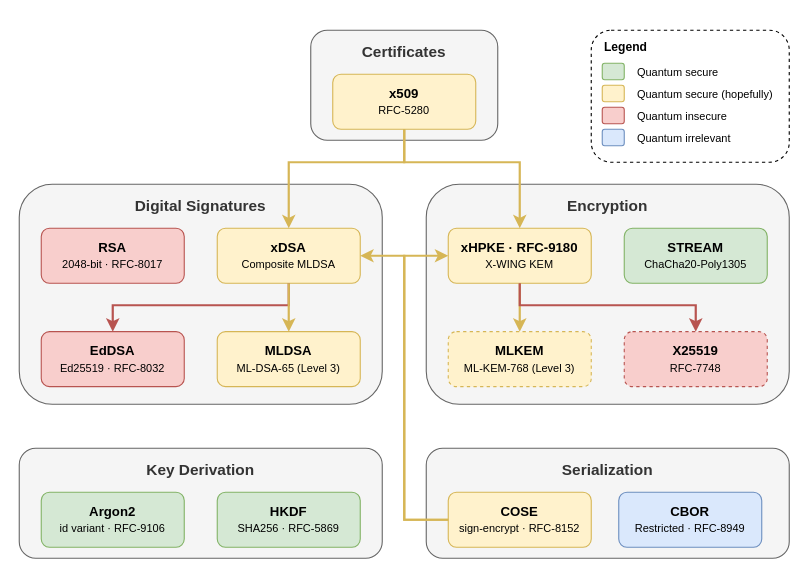
Earlier version of the draw.io diagram docs/overview.drawio (dark-bio/crypto-go). Source tidied: cells renumbered, new cells numbered last; positions are measured from the earlier drawing's top-left corner, leaving out a move shared by most shapes. Both pictures are drawn from the tidied source at 110%, with x=0, y=0 at pixel (19, 30).
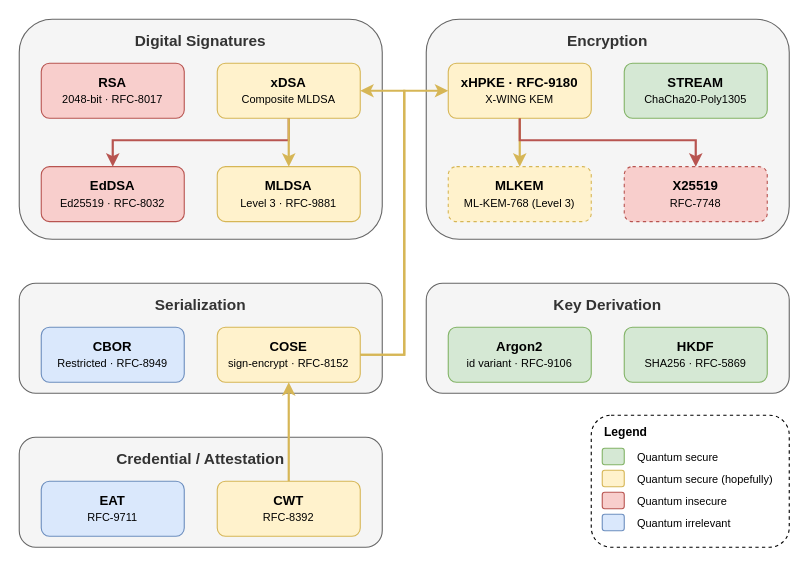
Above is the later version.

Diff of the diagram source:
```diff
@@
-    <mxCell id="2" value="Certificates" style="rounded=1;whiteSpace=wrap;html=1;fillColor=#f5f5f5;strokeColor=#666666;verticalAlign=top;fontStyle=1;fontSize=14;spacingTop=5;shadow=0;fontColor=#333333;" parent="1" vertex="1">
-      <mxGeometry x="265" width="170" height="100" as="geometry" />
-    </mxCell>
-    <mxCell id="3" value="&lt;b&gt;x509&lt;/b&gt;&lt;br&gt;&lt;font style=&quot;font-size:10px&quot;&gt;RFC-5280&lt;/font&gt;" style="rounded=1;whiteSpace=wrap;html=1;fillColor=#fff2cc;strokeColor=#d6b656;shadow=0;" parent="1" vertex="1">
-      <mxGeometry x="285" y="40" width="130" height="50" as="geometry" />
-    </mxCell>
     <mxCell id="4" value="Digital Signatures" style="rounded=1;whiteSpace=wrap;html=1;fillColor=#f5f5f5;strokeColor=#666666;verticalAlign=top;fontStyle=1;fontSize=14;spacingTop=5;shadow=0;fontColor=#333333;" parent="1" vertex="1">
-      <mxGeometry y="140" width="330" height="200" as="geometry" />
+      <mxGeometry y="-10" width="330" height="200" as="geometry" />
     </mxCell>
     <mxCell id="5" value="&lt;b&gt;xDSA&lt;/b&gt;&lt;br&gt;&lt;font style=&quot;font-size:10px&quot;&gt;Composite MLDSA&lt;/font&gt;" style="rounded=1;whiteSpace=wrap;html=1;fillColor=#fff2cc;strokeColor=#d6b656;shadow=0;" parent="1" vertex="1">
-      <mxGeometry x="180" y="180" width="130" height="50" as="geometry" />
+      <mxGeometry x="180" y="30" width="130" height="50" as="geometry" />
     </mxCell>
     <mxCell id="6" value="&lt;b&gt;EdDSA&lt;/b&gt;&lt;br&gt;&lt;font style=&quot;font-size:10px&quot;&gt;Ed25519 · RFC-8032&lt;/font&gt;" style="rounded=1;whiteSpace=wrap;html=1;fillColor=#f8cecc;strokeColor=#b85450;shadow=0;" parent="1" vertex="1">
-      <mxGeometry x="20" y="274" width="130" height="50" as="geometry" />
+      <mxGeometry x="20" y="124" width="130" height="50" as="geometry" />
     </mxCell>
-    <mxCell id="7" value="&lt;b&gt;MLDSA&lt;/b&gt;&lt;br&gt;&lt;font style=&quot;font-size:10px&quot;&gt;ML-DSA-65 (Level 3)&lt;/font&gt;" style="rounded=1;whiteSpace=wrap;html=1;fillColor=#fff2cc;strokeColor=#d6b656;shadow=0;" parent="1" vertex="1">
-      <mxGeometry x="180" y="274" width="130" height="50" as="geometry" />
-    </mxCell>
+    <mxCell id="38" value="&lt;b&gt;MLDSA&lt;/b&gt;&lt;br&gt;&lt;font style=&quot;font-size: 10px;&quot;&gt;Level 3 · RFC-&lt;/font&gt;&lt;span style=&quot;font-size: 10px;&quot;&gt;9881&lt;/span&gt;" style="rounded=1;whiteSpace=wrap;html=1;fillColor=#fff2cc;strokeColor=#d6b656;shadow=0;" parent="1" vertex="1">
+      <mxGeometry x="180" y="124" width="130" height="50" as="geometry" />
+    </mxCell>
     <mxCell id="8" value="&lt;b&gt;RSA&lt;/b&gt;&lt;br&gt;&lt;font style=&quot;font-size:10px&quot;&gt;2048-bit · RFC-8017&lt;/font&gt;" style="rounded=1;whiteSpace=wrap;html=1;fillColor=#f8cecc;strokeColor=#b85450;shadow=0;" parent="1" vertex="1">
-      <mxGeometry x="20" y="180" width="130" height="50" as="geometry" />
+      <mxGeometry x="20" y="30" width="130" height="50" as="geometry" />
     </mxCell>
     <mxCell id="9" value="Encryption" style="rounded=1;whiteSpace=wrap;html=1;fillColor=#f5f5f5;strokeColor=#666666;verticalAlign=top;fontStyle=1;fontSize=14;spacingTop=5;shadow=0;fontColor=#333333;" parent="1" vertex="1">
-      <mxGeometry x="370" y="140" width="330" height="200" as="geometry" />
+      <mxGeometry x="370" y="-10" width="330" height="200" as="geometry" />
     </mxCell>
     <mxCell id="10" value="&lt;b&gt;xHPKE&lt;/b&gt;&lt;font style=&quot;&quot;&gt;&lt;b&gt;&amp;nbsp;· RFC-9180&lt;/b&gt;&lt;/font&gt;&lt;div&gt;&lt;font style=&quot;&quot;&gt;&lt;span style=&quot;font-size: 10px;&quot;&gt;X-WING KEM&lt;/span&gt;&lt;/font&gt;&lt;/div&gt;" style="rounded=1;whiteSpace=wrap;html=1;fillColor=#fff2cc;strokeColor=#d6b656;shadow=0;" parent="1" vertex="1">
-      <mxGeometry x="390" y="180" width="130" height="50" as="geometry" />
+      <mxGeometry x="390" y="30" width="130" height="50" as="geometry" />
     </mxCell>
     <mxCell id="11" value="&lt;b&gt;X25519&lt;/b&gt;&lt;br&gt;&lt;font style=&quot;font-size:10px&quot;&gt;RFC-7748&lt;/font&gt;" style="rounded=1;whiteSpace=wrap;html=1;fillColor=#f8cecc;strokeColor=#b85450;shadow=0;dashed=1;" parent="1" vertex="1">
-      <mxGeometry x="550" y="274" width="130" height="50" as="geometry" />
+      <mxGeometry x="550" y="124" width="130" height="50" as="geometry" />
     </mxCell>
     <mxCell id="12" value="&lt;b&gt;MLKEM&lt;/b&gt;&lt;br&gt;&lt;font style=&quot;font-size:10px&quot;&gt;ML-KEM-768 (Level 3)&lt;/font&gt;" style="rounded=1;whiteSpace=wrap;html=1;fillColor=#fff2cc;strokeColor=#d6b656;shadow=0;dashed=1;" parent="1" vertex="1">
-      <mxGeometry x="390" y="274" width="130" height="50" as="geometry" />
+      <mxGeometry x="390" y="124" width="130" height="50" as="geometry" />
     </mxCell>
     <mxCell id="13" value="&lt;b&gt;STREAM&lt;/b&gt;&lt;br&gt;&lt;font style=&quot;font-size:10px&quot;&gt;ChaCha20-Poly1305&lt;/font&gt;" style="rounded=1;whiteSpace=wrap;html=1;fillColor=#d5e8d4;strokeColor=#82b366;shadow=0;" parent="1" vertex="1">
-      <mxGeometry x="550" y="180" width="130" height="50" as="geometry" />
+      <mxGeometry x="550" y="30" width="130" height="50" as="geometry" />
     </mxCell>
     <mxCell id="14" value="Key Derivation" style="rounded=1;whiteSpace=wrap;html=1;fillColor=#f5f5f5;strokeColor=#666666;verticalAlign=top;fontStyle=1;fontSize=14;spacingTop=5;fontColor=#333333;shadow=0;" parent="1" vertex="1">
-      <mxGeometry y="380" width="330" height="100" as="geometry" />
+      <mxGeometry x="370" y="230" width="330" height="100" as="geometry" />
     </mxCell>
     <mxCell id="15" value="&lt;b&gt;Argon2&lt;/b&gt;&lt;br&gt;&lt;font style=&quot;font-size:10px&quot;&gt;id variant · RFC-9106&lt;/font&gt;" style="rounded=1;whiteSpace=wrap;html=1;fillColor=#d5e8d4;strokeColor=#82b366;shadow=0;" parent="1" vertex="1">
-      <mxGeometry x="20" y="420" width="130" height="50" as="geometry" />
+      <mxGeometry x="390" y="270" width="130" height="50" as="geometry" />
     </mxCell>
     <mxCell id="16" value="Serialization" style="rounded=1;whiteSpace=wrap;html=1;fillColor=#f5f5f5;strokeColor=#666666;verticalAlign=top;fontStyle=1;fontSize=14;spacingTop=5;fontColor=#333333;shadow=0;" parent="1" vertex="1">
-      <mxGeometry x="370" y="380" width="330" height="100" as="geometry" />
+      <mxGeometry y="230" width="330" height="100" as="geometry" />
     </mxCell>
     <mxCell id="17" value="&lt;b&gt;CBOR&lt;/b&gt;&lt;br&gt;&lt;font style=&quot;font-size:10px&quot;&gt;Restricted&amp;nbsp;·&amp;nbsp;RFC-8949&lt;/font&gt;" style="rounded=1;whiteSpace=wrap;html=1;fillColor=#dae8fc;strokeColor=#6c8ebf;shadow=0;" parent="1" vertex="1">
-      <mxGeometry x="545" y="420" width="130" height="50" as="geometry" />
+      <mxGeometry x="20" y="270" width="130" height="50" as="geometry" />
     </mxCell>
-    <mxCell id="18" style="edgeStyle=orthogonalEdgeStyle;rounded=0;jettySize=auto;html=1;strokeColor=#d6b656;strokeWidth=2;endArrow=classic;shadow=0;fillColor=#fff2cc;" parent="1" edge="1" source="3" target="5">
-      <mxGeometry relative="1" as="geometry">
-        <Array as="points">
-          <mxPoint x="350" y="120" />
-          <mxPoint x="245" y="120" />
-        </Array>
-      </mxGeometry>
-    </mxCell>
-    <mxCell id="19" style="edgeStyle=orthogonalEdgeStyle;rounded=0;jettySize=auto;html=1;strokeColor=#d6b656;strokeWidth=2;endArrow=classic;shadow=0;fillColor=#fff2cc;" parent="1" edge="1" source="3" target="10">
-      <mxGeometry relative="1" as="geometry">
-        <Array as="points">
-          <mxPoint x="350" y="120" />
-          <mxPoint x="455" y="120" />
-        </Array>
-      </mxGeometry>
-    </mxCell>
     <mxCell id="20" style="edgeStyle=orthogonalEdgeStyle;rounded=0;jettySize=auto;html=1;strokeColor=#b85450;strokeWidth=2;endArrow=classic;shadow=0;entryX=0.5;entryY=0;entryDx=0;entryDy=0;fillColor=#f8cecc;" parent="1" edge="1" source="5" target="6">
       <mxGeometry relative="1" as="geometry">
         <Array as="points">
-          <mxPoint x="245" y="250" />
-          <mxPoint x="85" y="250" />
+          <mxPoint x="245" y="100" />
+          <mxPoint x="85" y="100" />
         </Array>
       </mxGeometry>
     </mxCell>
-    <mxCell id="21" style="edgeStyle=orthogonalEdgeStyle;rounded=0;jettySize=auto;html=1;strokeColor=#d6b656;strokeWidth=2;endArrow=classic;shadow=0;fillColor=#fff2cc;" parent="1" edge="1" source="5" target="7">
-      <mxGeometry relative="1" as="geometry" />
-    </mxCell>
+    <mxCell id="39" style="edgeStyle=orthogonalEdgeStyle;rounded=0;jettySize=auto;html=1;strokeColor=#d6b656;strokeWidth=2;endArrow=classic;shadow=0;fillColor=#fff2cc;" parent="1" edge="1" source="5" target="38">
+      <mxGeometry relative="1" as="geometry" />
+    </mxCell>
     <mxCell id="22" style="edgeStyle=orthogonalEdgeStyle;rounded=0;jettySize=auto;html=1;strokeColor=#d6b656;strokeWidth=2;endArrow=classic;shadow=0;fillColor=#fff2cc;" parent="1" edge="1" source="10" target="12">
       <mxGeometry relative="1" as="geometry">
         <Array as="points">
-          <mxPoint x="455" y="260" />
-          <mxPoint x="455" y="260" />
+          <mxPoint x="455" y="110" />
+          <mxPoint x="455" y="110" />
         </Array>
       </mxGeometry>
     </mxCell>
     <mxCell id="23" style="edgeStyle=orthogonalEdgeStyle;rounded=0;jettySize=auto;html=1;strokeColor=#b85450;strokeWidth=2;endArrow=classic;shadow=0;fillColor=#f8cecc;" parent="1" edge="1" source="10" target="11">
       <mxGeometry relative="1" as="geometry">
         <Array as="points">
-          <mxPoint x="455" y="250" />
-          <mxPoint x="615" y="250" />
+          <mxPoint x="455" y="100" />
+          <mxPoint x="615" y="100" />
         </Array>
       </mxGeometry>
     </mxCell>
-    <mxCell id="24" style="rounded=1;whiteSpace=wrap;html=1;strokeWidth=1;dashed=1;" parent="1" vertex="1">
-      <mxGeometry x="520" width="180" height="120" as="geometry" />
-    </mxCell>
+    <mxCell id="40" style="rounded=1;whiteSpace=wrap;html=1;strokeWidth=1;dashed=1;" parent="1" vertex="1">
+      <mxGeometry x="520" y="350" width="180" height="120" as="geometry" />
+    </mxCell>
     <mxCell id="25" value="&lt;b&gt;Legend&lt;/b&gt;" style="text;html=1;strokeColor=none;fillColor=none;align=left;verticalAlign=middle;whiteSpace=wrap;rounded=0;fontSize=11;" parent="1" vertex="1">
-      <mxGeometry x="530" y="5" width="60" height="20" as="geometry" />
+      <mxGeometry x="530" y="355" width="60" height="20" as="geometry" />
     </mxCell>
-    <mxCell id="26" style="rounded=1;whiteSpace=wrap;html=1;fillColor=#d5e8d4;strokeColor=#82b366;" parent="1" vertex="1">
-      <mxGeometry x="530" y="30" width="20" height="15" as="geometry" />
-    </mxCell>
+    <mxCell id="41" style="rounded=1;whiteSpace=wrap;html=1;fillColor=#d5e8d4;strokeColor=#82b366;" parent="1" vertex="1">
+      <mxGeometry x="530" y="380" width="20" height="15" as="geometry" />
+    </mxCell>
     <mxCell id="27" value="Quantum secure" style="text;html=1;strokeColor=none;fillColor=none;align=left;verticalAlign=middle;whiteSpace=wrap;rounded=0;fontSize=10;" parent="1" vertex="1">
-      <mxGeometry x="560" y="30" width="80" height="15" as="geometry" />
+      <mxGeometry x="560" y="380" width="80" height="15" as="geometry" />
     </mxCell>
-    <mxCell id="28" style="rounded=1;whiteSpace=wrap;html=1;fillColor=#f8cecc;strokeColor=#b85450;" parent="1" vertex="1">
-      <mxGeometry x="530" y="70" width="20" height="15" as="geometry" />
-    </mxCell>
+    <mxCell id="42" style="rounded=1;whiteSpace=wrap;html=1;fillColor=#f8cecc;strokeColor=#b85450;" parent="1" vertex="1">
+      <mxGeometry x="530" y="420" width="20" height="15" as="geometry" />
+    </mxCell>
     <mxCell id="29" value="Quantum insecure" style="text;html=1;strokeColor=none;fillColor=none;align=left;verticalAlign=middle;whiteSpace=wrap;rounded=0;fontSize=10;" parent="1" vertex="1">
-      <mxGeometry x="560" y="70" width="100" height="15" as="geometry" />
+      <mxGeometry x="560" y="420" width="100" height="15" as="geometry" />
     </mxCell>
-    <mxCell id="30" style="rounded=1;whiteSpace=wrap;html=1;fillColor=#fff2cc;strokeColor=#d6b656;" parent="1" vertex="1">
-      <mxGeometry x="530" y="50" width="20" height="15" as="geometry" />
-    </mxCell>
+    <mxCell id="43" style="rounded=1;whiteSpace=wrap;html=1;fillColor=#fff2cc;strokeColor=#d6b656;" parent="1" vertex="1">
+      <mxGeometry x="530" y="400" width="20" height="15" as="geometry" />
+    </mxCell>
     <mxCell id="31" value="Quantum secure (hopefully)" style="text;html=1;strokeColor=none;fillColor=none;align=left;verticalAlign=middle;whiteSpace=wrap;rounded=0;fontSize=10;" parent="1" vertex="1">
-      <mxGeometry x="560" y="50" width="130" height="15" as="geometry" />
+      <mxGeometry x="560" y="400" width="130" height="15" as="geometry" />
     </mxCell>
-    <mxCell id="32" style="rounded=1;whiteSpace=wrap;html=1;fillColor=#dae8fc;strokeColor=#6c8ebf;" parent="1" vertex="1">
-      <mxGeometry x="530" y="90" width="20" height="15" as="geometry" />
-    </mxCell>
+    <mxCell id="44" style="rounded=1;whiteSpace=wrap;html=1;fillColor=#dae8fc;strokeColor=#6c8ebf;" parent="1" vertex="1">
+      <mxGeometry x="530" y="440" width="20" height="15" as="geometry" />
+    </mxCell>
     <mxCell id="33" value="Quantum irrelevant" style="text;html=1;strokeColor=none;fillColor=none;align=left;verticalAlign=middle;whiteSpace=wrap;rounded=0;fontSize=10;" parent="1" vertex="1">
-      <mxGeometry x="560" y="90" width="100" height="15" as="geometry" />
+      <mxGeometry x="560" y="440" width="100" height="15" as="geometry" />
     </mxCell>
     <mxCell id="34" value="&lt;b&gt;HKDF&lt;/b&gt;&lt;br&gt;&lt;span style=&quot;font-size: 10px;&quot;&gt;SHA256&lt;/span&gt;&lt;span style=&quot;font-size: 10px;&quot;&gt;&amp;nbsp;·&amp;nbsp;&lt;/span&gt;&lt;span style=&quot;font-size: 10px;&quot;&gt;RFC-5869&lt;/span&gt;" style="rounded=1;whiteSpace=wrap;html=1;fillColor=#d5e8d4;strokeColor=#82b366;shadow=0;" parent="1" vertex="1">
-      <mxGeometry x="180" y="420" width="130" height="50" as="geometry" />
+      <mxGeometry x="550" y="270" width="130" height="50" as="geometry" />
     </mxCell>
     <mxCell id="35" value="&lt;b&gt;COSE&lt;/b&gt;&lt;br&gt;&lt;font style=&quot;font-size:10px&quot;&gt;sign-encrypt · RFC-&lt;/font&gt;&lt;span style=&quot;font-size: 10px;&quot;&gt;8152&lt;/span&gt;" style="rounded=1;whiteSpace=wrap;html=1;fillColor=#fff2cc;strokeColor=#d6b656;shadow=0;" parent="1" vertex="1">
-      <mxGeometry x="390" y="420" width="130" height="50" as="geometry" />
+      <mxGeometry x="180" y="270" width="130" height="50" as="geometry" />
     </mxCell>
-    <mxCell id="36" style="edgeStyle=orthogonalEdgeStyle;rounded=0;jettySize=auto;html=1;strokeColor=#d6b656;strokeWidth=2;endArrow=classic;shadow=0;fillColor=#fff2cc;exitX=0;exitY=0.5;exitDx=0;exitDy=0;entryX=1;entryY=0.5;entryDx=0;entryDy=0;" parent="1" edge="1" source="35" target="5">
-      <mxGeometry relative="1" as="geometry">
-        <Array as="points">
-          <mxPoint x="350" y="445" />
-          <mxPoint x="350" y="205" />
-        </Array>
-      </mxGeometry>
-    </mxCell>
-    <mxCell id="37" style="edgeStyle=orthogonalEdgeStyle;rounded=0;jettySize=auto;html=1;strokeColor=#d6b656;strokeWidth=2;endArrow=classic;shadow=0;fillColor=#fff2cc;exitX=0;exitY=0.5;exitDx=0;exitDy=0;entryX=0;entryY=0.5;entryDx=0;entryDy=0;" parent="1" edge="1" source="35" target="10">
-      <mxGeometry relative="1" as="geometry">
-        <Array as="points">
-          <mxPoint x="350" y="445" />
-          <mxPoint x="350" y="205" />
-        </Array>
-      </mxGeometry>
-    </mxCell>
+    <mxCell id="45" style="edgeStyle=orthogonalEdgeStyle;rounded=0;jettySize=auto;html=1;strokeColor=#d6b656;strokeWidth=2;endArrow=classic;shadow=0;fillColor=#fff2cc;entryX=1;entryY=0.5;entryDx=0;entryDy=0;" parent="1" edge="1" target="5">
+      <mxGeometry relative="1" as="geometry">
+        <mxPoint x="310" y="295" as="sourcePoint" />
+        <Array as="points">
+          <mxPoint x="350" y="295" />
+          <mxPoint x="350" y="55" />
+        </Array>
+      </mxGeometry>
+    </mxCell>
+    <mxCell id="46" style="edgeStyle=orthogonalEdgeStyle;rounded=0;jettySize=auto;html=1;strokeColor=#d6b656;strokeWidth=2;endArrow=classic;shadow=0;fillColor=#fff2cc;entryX=0;entryY=0.5;entryDx=0;entryDy=0;" parent="1" edge="1" target="10">
+      <mxGeometry relative="1" as="geometry">
+        <mxPoint x="310" y="295" as="sourcePoint" />
+        <Array as="points">
+          <mxPoint x="350" y="295" />
+          <mxPoint x="350" y="55" />
+        </Array>
+      </mxGeometry>
+    </mxCell>
+    <mxCell id="47" value="Credential / Attestation" style="rounded=1;whiteSpace=wrap;html=1;fillColor=#f5f5f5;strokeColor=#666666;verticalAlign=top;fontStyle=1;fontSize=14;spacingTop=5;fontColor=#333333;shadow=0;" parent="1" vertex="1">
+      <mxGeometry y="370" width="330" height="100" as="geometry" />
+    </mxCell>
+    <mxCell id="48" value="&lt;b&gt;CWT&lt;/b&gt;&lt;br&gt;&lt;span style=&quot;font-size: 10px;&quot;&gt;RFC-8392&lt;/span&gt;" style="rounded=1;whiteSpace=wrap;html=1;fillColor=#fff2cc;strokeColor=#d6b656;shadow=0;" parent="1" vertex="1">
+      <mxGeometry x="180" y="410" width="130" height="50" as="geometry" />
+    </mxCell>
+    <mxCell id="49" value="&lt;b&gt;EAT&lt;/b&gt;&lt;br&gt;&lt;span style=&quot;font-size: 10px;&quot;&gt;RFC-9711&lt;/span&gt;" style="rounded=1;whiteSpace=wrap;html=1;fillColor=#dae8fc;strokeColor=#6c8ebf;shadow=0;" parent="1" vertex="1">
+      <mxGeometry x="20" y="410" width="130" height="50" as="geometry" />
+    </mxCell>
+    <mxCell id="50" style="edgeStyle=orthogonalEdgeStyle;rounded=0;jettySize=auto;html=1;strokeColor=#d6b656;strokeWidth=2;endArrow=classic;shadow=0;fillColor=#fff2cc;entryX=0.5;entryY=1;entryDx=0;entryDy=0;exitX=0.5;exitY=0;exitDx=0;exitDy=0;" parent="1" edge="1" source="48" target="35">
+      <mxGeometry relative="1" as="geometry" />
+    </mxCell>
```
